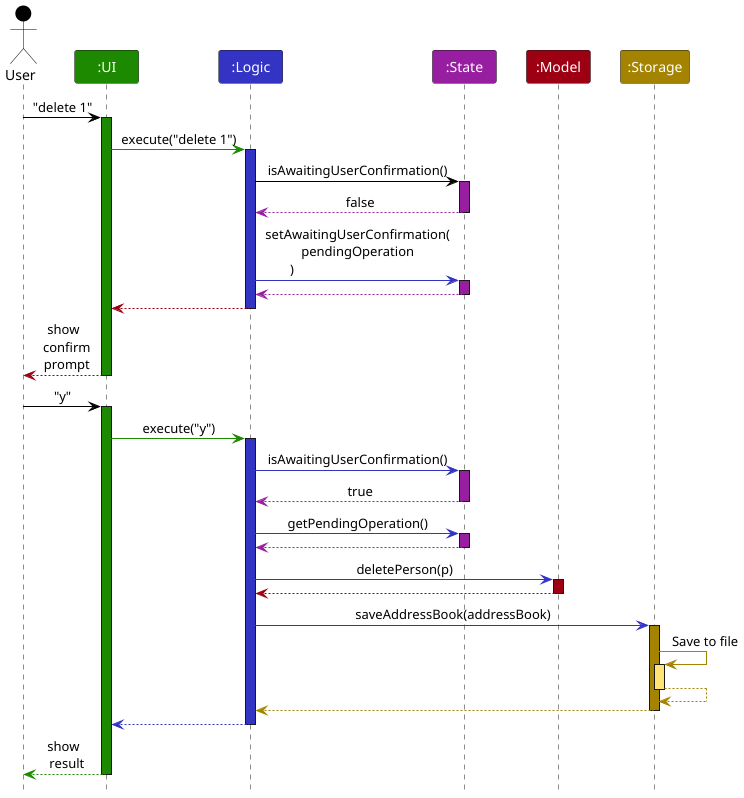
Above: docs/images/ArchitectureSequenceDiagram.png in Itsdaodao/tp (PlantUML), before the change. The source it was exported from:
```plantuml
@startuml
!include style.puml
skinparam ArrowFontStyle plain

Actor User as user USER_COLOR
Participant ":UI" as ui UI_COLOR
Participant ":Logic" as logic LOGIC_COLOR
Participant ":State" as state STATE_COLOR
Participant ":Model" as model MODEL_COLOR
Participant ":Storage" as storage STORAGE_COLOR


user -[USER_COLOR]> ui : "delete 1"
activate ui UI_COLOR

ui -[UI_COLOR]> logic : execute("delete 1")
activate logic LOGIC_COLOR

logic -[USER_COLOR]> state : isAwaitingUserConfirmation()
activate state STATE_COLOR

state -[STATE_COLOR]-> logic : false
deactivate state

logic -[LOGIC_COLOR]> state : setAwaitingUserConfirmation(\npendingOperation\n)\t\t\t\t\t
activate state STATE_COLOR

state -[STATE_COLOR]-> logic
deactivate state

logic -[MODEL_COLOR]-> ui
deactivate logic

ui -[MODEL_COLOR]-> user : show \n confirm\n prompt
deactivate ui

user -[USER_COLOR]> ui : "y"
activate ui UI_COLOR

ui -[UI_COLOR]> logic : execute("y")
activate logic LOGIC_COLOR

logic -[LOGIC_COLOR]> state : isAwaitingUserConfirmation()
activate state STATE_COLOR

state -[STATE_COLOR]-> logic : true
deactivate state

logic -[LOGIC_COLOR]> state : getPendingOperation()
activate state STATE_COLOR

state -[STATE_COLOR]-> logic
deactivate state





logic -[LOGIC_COLOR]> model : deletePerson(p)
activate model MODEL_COLOR

model -[MODEL_COLOR]-> logic
deactivate model

logic -[LOGIC_COLOR]> storage : saveAddressBook(addressBook)
activate storage STORAGE_COLOR

storage -[STORAGE_COLOR]> storage : Save to file
activate storage STORAGE_COLOR_T1
storage --[STORAGE_COLOR]> storage
deactivate storage

storage --[STORAGE_COLOR]> logic
deactivate storage

logic --[LOGIC_COLOR]> ui
deactivate logic

ui--[UI_COLOR]> user : show \n result
deactivate ui
@enduml
```
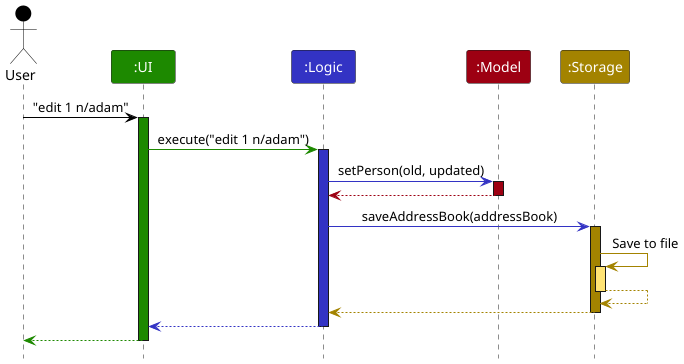
The same diagram one commit later.

Commit message:
Remove state from ArchitectureSequenceDiagram

State component inside Logic is shown in the
ArchitectureSequenceDiagram. State is a component inside logic - it is
not a top-level architecture component.

Remove references to state in the diagram, update text and diagram,
change command to "edit" for simplicity

What changed in the source:
```diff
@@ -5,58 +5,16 @@
 Actor User as user USER_COLOR
 Participant ":UI" as ui UI_COLOR
 Participant ":Logic" as logic LOGIC_COLOR
-Participant ":State" as state STATE_COLOR
 Participant ":Model" as model MODEL_COLOR
 Participant ":Storage" as storage STORAGE_COLOR
 
-
-user -[USER_COLOR]> ui : "delete 1"
+user -[USER_COLOR]> ui : "edit 1 n/adam"
 activate ui UI_COLOR
 
-ui -[UI_COLOR]> logic : execute("delete 1")
+ui -[UI_COLOR]> logic : execute("edit 1 n/adam")
 activate logic LOGIC_COLOR
 
-logic -[USER_COLOR]> state : isAwaitingUserConfirmation()
-activate state STATE_COLOR
-
-state -[STATE_COLOR]-> logic : false
-deactivate state
-
-logic -[LOGIC_COLOR]> state : setAwaitingUserConfirmation(\npendingOperation\n)\t\t\t\t\t
-activate state STATE_COLOR
-
-state -[STATE_COLOR]-> logic
-deactivate state
-
-logic -[MODEL_COLOR]-> ui
-deactivate logic
-
-ui -[MODEL_COLOR]-> user : show \n confirm\n prompt
-deactivate ui
-
-user -[USER_COLOR]> ui : "y"
-activate ui UI_COLOR
-
-ui -[UI_COLOR]> logic : execute("y")
-activate logic LOGIC_COLOR
-
-logic -[LOGIC_COLOR]> state : isAwaitingUserConfirmation()
-activate state STATE_COLOR
-
-state -[STATE_COLOR]-> logic : true
-deactivate state
-
-logic -[LOGIC_COLOR]> state : getPendingOperation()
-activate state STATE_COLOR
-
-state -[STATE_COLOR]-> logic
-deactivate state
-
-
-
-
-
-logic -[LOGIC_COLOR]> model : deletePerson(p)
+logic -[LOGIC_COLOR]> model : setPerson(old, updated)
 activate model MODEL_COLOR
 
 model -[MODEL_COLOR]-> logic
@@ -76,6 +34,6 @@
 logic --[LOGIC_COLOR]> ui
 deactivate logic
 
-ui--[UI_COLOR]> user : show \n result
+ui--[UI_COLOR]> user
 deactivate ui
 @enduml
```
